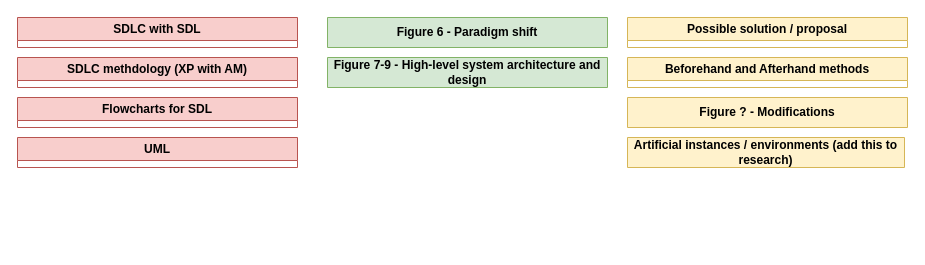
NoyanTM/aitu-sist-2026_research-paper keeps this draw.io diagram as page "methodology" (3 of 4) of diagrams.drawio. Above is the earlier version. Source tidied: cells renumbered, new cells numbered last; positions are measured from the earlier drawing's top-left corner, leaving out a move shared by most shapes. Both pictures are drawn from the tidied source at 100%, with x=0, y=0 at pixel (17, 17).
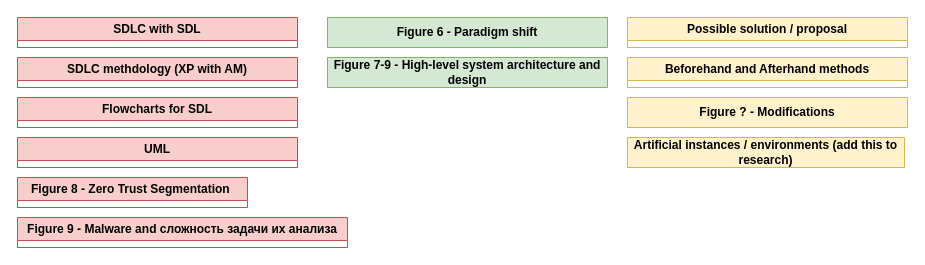
After the change.

Diff of the diagram source:
```diff
@@
 <mxGraphModel>
   <root>
     <mxCell id="0" />
     <mxCell id="1" parent="0" />
     <mxCell id="2" value="&lt;span&gt;&lt;font style=&quot;color: rgb(0, 0, 0);&quot;&gt;Beforehand and Afterhand methods&lt;/font&gt;&lt;/span&gt;" style="swimlane;whiteSpace=wrap;html=1;fillColor=#fff2cc;strokeColor=#d6b656;" parent="1" vertex="1" collapsed="1">
       <mxGeometry x="610" y="40" width="280" height="30" as="geometry" />
     </mxCell>
     <mxCell id="3" value="SDLC methdology (XP with AM)" style="swimlane;whiteSpace=wrap;html=1;fillColor=#f8cecc;strokeColor=#b85450;" parent="1" vertex="1" collapsed="1">
       <mxGeometry y="40" width="280" height="30" as="geometry" />
     </mxCell>
     <mxCell id="4" value="Possible solution / proposal" style="swimlane;whiteSpace=wrap;html=1;fillColor=#fff2cc;strokeColor=#d6b656;" parent="1" vertex="1" collapsed="1">
       <mxGeometry x="610" width="280" height="30" as="geometry" />
     </mxCell>
     <mxCell id="5" value="SDLC with SDL" style="swimlane;whiteSpace=wrap;html=1;fillColor=#f8cecc;strokeColor=#b85450;" parent="1" vertex="1" collapsed="1">
       <mxGeometry width="280" height="30" as="geometry" />
     </mxCell>
     <mxCell id="6" value="Flowcharts for SDL" style="swimlane;whiteSpace=wrap;html=1;fillColor=#f8cecc;strokeColor=#b85450;" parent="1" vertex="1" collapsed="1">
       <mxGeometry y="80" width="280" height="30" as="geometry" />
     </mxCell>
     <mxCell id="7" value="&lt;font&gt;Figure 7-9 - High-level system architecture and design&lt;/font&gt;" style="swimlane;whiteSpace=wrap;html=1;fillColor=#d5e8d4;strokeColor=#82b366;startSize=30;" parent="1" vertex="1" collapsed="1">
       <mxGeometry x="310" y="40" width="280" height="30" as="geometry" />
     </mxCell>
     <mxCell id="8" value="UML" style="swimlane;whiteSpace=wrap;html=1;fillColor=#f8cecc;strokeColor=#b85450;" parent="1" vertex="1" collapsed="1">
       <mxGeometry y="120" width="280" height="30" as="geometry" />
     </mxCell>
     <mxCell id="9" value="Figure 6 - Paradigm shift" style="swimlane;whiteSpace=wrap;html=1;startSize=40;fillColor=#d5e8d4;strokeColor=#82b366;" parent="1" vertex="1" collapsed="1">
       <mxGeometry x="310" width="280" height="30" as="geometry" />
     </mxCell>
     <mxCell id="10" value="Figure ? - Modifications" style="swimlane;whiteSpace=wrap;html=1;fillColor=#fff2cc;strokeColor=#d6b656;startSize=30;" parent="1" vertex="1" collapsed="1">
       <mxGeometry x="610" y="80" width="280" height="30" as="geometry" />
     </mxCell>
     <mxCell id="11" value="Artificial instances / environments (add this to research)" style="swimlane;whiteSpace=wrap;html=1;startSize=30;fillColor=#fff2cc;strokeColor=#d6b656;" parent="1" vertex="1" collapsed="1">
       <mxGeometry x="610" y="120" width="277" height="30" as="geometry" />
     </mxCell>
+    <mxCell id="12" value="Figure 9 - Malware and сложность задачи их анализа" style="swimlane;whiteSpace=wrap;html=1;fillColor=#f8cecc;strokeColor=#b85450;" parent="1" vertex="1" collapsed="1">
+      <mxGeometry y="200" width="330" height="30" as="geometry" />
+    </mxCell>
+    <mxCell id="13" value="Figure 8 - Zero Trust Segmentation&amp;nbsp;" style="swimlane;whiteSpace=wrap;html=1;startSize=23;fillColor=#f8cecc;strokeColor=#b85450;" parent="1" vertex="1" collapsed="1">
+      <mxGeometry y="160" width="230" height="30" as="geometry" />
+    </mxCell>
   </root>
 </mxGraphModel>
```
